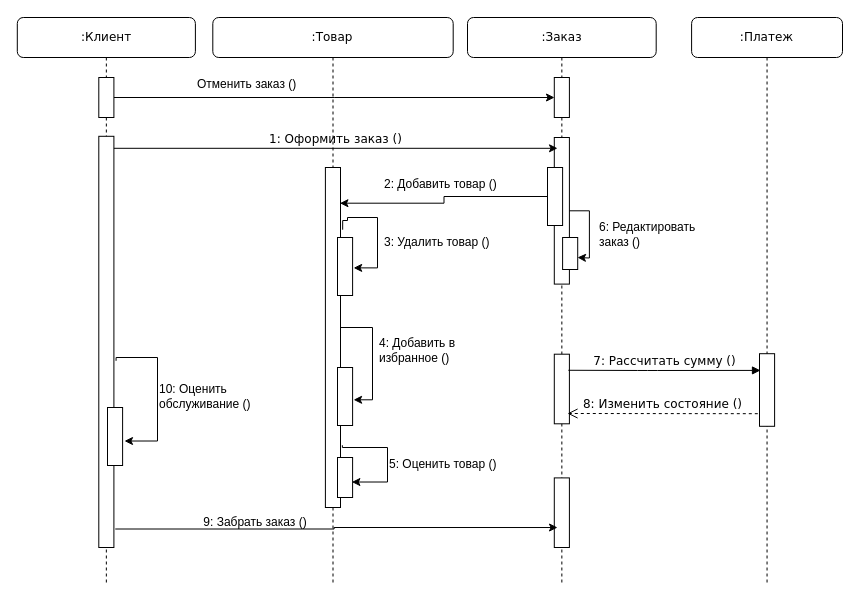
Ksenix-CopLLeRe/preparation keeps this draw.io diagram as дгрмм последовательности.drawio. Above is the earlier version. Source tidied: cells renumbered, new cells numbered last; positions are measured from the earlier drawing's top-left corner, leaving out a move shared by most shapes. Both pictures are drawn from the tidied source at 100%, with x=0, y=0 at pixel (17, 17).
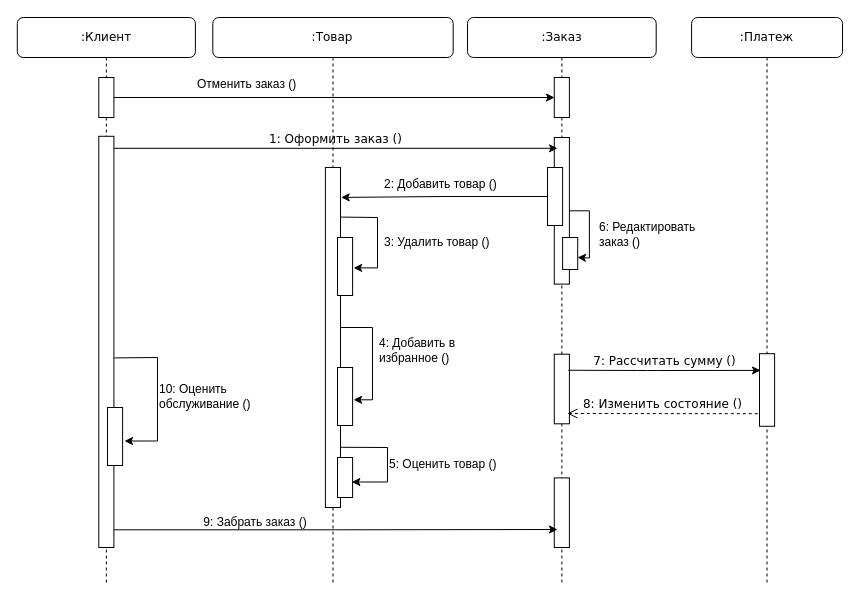
The same page after the edit.

Unchanged cells that the change refers to:
```xml
<mxCell id="2" style="group;" parent="1" vertex="1">
  <mxGeometry x="10" width="815" height="568" as="geometry" />
</mxCell>
<mxCell id="5" style="html=1;points=[];perimeter=orthogonalPerimeter;rounded=0;shadow=0;comic=0;labelBackgroundColor=none;strokeWidth=1;fontFamily=Verdana;fontSize=12;align=center;" parent="3" vertex="1">
  <mxGeometry x="86.8" y="336.7" width="15.1" height="69.6" as="geometry" />
</mxCell>
<mxCell id="6" style="html=1;points=[];perimeter=orthogonalPerimeter;rounded=0;shadow=0;comic=0;labelBackgroundColor=none;strokeWidth=1;fontFamily=Verdana;fontSize=12;align=center;" parent="3" vertex="1">
  <mxGeometry x="86.8" y="460.4" width="15.1" height="69.6" as="geometry" />
</mxCell>
<mxCell id="16" style="html=1;points=[];perimeter=orthogonalPerimeter;rounded=0;shadow=0;comic=0;labelBackgroundColor=none;strokeWidth=1;fontFamily=Verdana;fontSize=12;align=center;" parent="2" vertex="1">
  <mxGeometry x="520" y="150" width="15.1" height="58" as="geometry" />
</mxCell>
<mxCell id="20" style="html=1;points=[];perimeter=orthogonalPerimeter;rounded=0;shadow=0;comic=0;labelBackgroundColor=none;strokeWidth=1;fontFamily=Verdana;fontSize=12;align=center;" parent="2" vertex="1">
  <mxGeometry x="297.9" y="150" width="15.1" height="340" as="geometry" />
</mxCell>
<mxCell id="21" style="html=1;points=[];perimeter=orthogonalPerimeter;rounded=0;shadow=0;comic=0;labelBackgroundColor=none;strokeWidth=1;fontFamily=Verdana;fontSize=12;align=center;" parent="2" vertex="1">
  <mxGeometry x="310" y="220" width="15.1" height="58" as="geometry" />
</mxCell>
<mxCell id="34" style="html=1;points=[];perimeter=orthogonalPerimeter;rounded=0;shadow=0;comic=0;labelBackgroundColor=none;strokeWidth=1;fontFamily=Verdana;fontSize=12;align=center;" parent="2" vertex="1">
  <mxGeometry x="71.3" y="118.8" width="15.1" height="411.2" as="geometry" />
</mxCell>
<mxCell id="36" style="html=1;points=[];perimeter=orthogonalPerimeter;rounded=0;shadow=0;comic=0;labelBackgroundColor=none;strokeWidth=1;fontFamily=Verdana;fontSize=12;align=center;" parent="2" vertex="1">
  <mxGeometry x="80" y="390" width="15.1" height="58" as="geometry" />
</mxCell>
<mxCell id="38" style="html=1;points=[];perimeter=orthogonalPerimeter;rounded=0;shadow=0;comic=0;labelBackgroundColor=none;strokeWidth=1;fontFamily=Verdana;fontSize=12;align=center;" parent="2" vertex="1">
  <mxGeometry x="310" y="440" width="15.1" height="40" as="geometry" />
</mxCell>
```

The edit, as a diff of the source:
```diff
@@
-    <mxCell id="13" value="7: Рассчитать сумму ()" style="html=1;verticalAlign=bottom;endArrow=block;labelBackgroundColor=none;fontFamily=Verdana;fontSize=12;entryX=-0.086;entryY=0.496;entryDx=0;entryDy=0;entryPerimeter=0;exitX=0.932;exitY=0.231;exitDx=0;exitDy=0;exitPerimeter=0;" parent="2" edge="1" source="5">
+    <mxCell id="13" value="7: Рассчитать сумму ()" style="html=1;verticalAlign=bottom;endArrow=classic;labelBackgroundColor=none;fontFamily=Verdana;fontSize=12;entryX=-0.086;entryY=0.496;entryDx=0;entryDy=0;entryPerimeter=0;exitX=0.932;exitY=0.231;exitDx=0;exitDy=0;exitPerimeter=0;endFill=1;" parent="2" edge="1" source="5">
       <mxGeometry relative="1" as="geometry">
         <mxPoint x="733" y="352.9" as="targetPoint" />
         <Array as="points">
           <mxPoint x="620" y="353" />
         </Array>
       </mxGeometry>
     </mxCell>
@@
-    <mxCell id="15" style="edgeStyle=orthogonalEdgeStyle;rounded=0;jettySize=auto;html=1;entryX=0.963;entryY=0.105;entryDx=0;entryDy=0;entryPerimeter=0;" parent="2" edge="1" source="16" target="20">
+    <mxCell id="15" style="edgeStyle=orthogonalEdgeStyle;rounded=0;jettySize=auto;html=1;entryX=1.046;entryY=0.088;entryDx=0;entryDy=0;entryPerimeter=0;" parent="2" edge="1" source="16" target="20">
       <mxGeometry relative="1" as="geometry" />
     </mxCell>
@@
-    <mxCell id="17" style="edgeStyle=orthogonalEdgeStyle;rounded=0;jettySize=auto;html=1;exitX=1.143;exitY=0.183;exitDx=0;exitDy=0;exitPerimeter=0;entryX=1.069;entryY=0.524;entryDx=0;entryDy=0;entryPerimeter=0;" parent="2" edge="1" source="20" target="21">
+    <mxCell id="17" style="edgeStyle=orthogonalEdgeStyle;rounded=0;jettySize=auto;html=1;exitX=0.997;exitY=0.146;exitDx=0;exitDy=0;exitPerimeter=0;entryX=1.069;entryY=0.524;entryDx=0;entryDy=0;entryPerimeter=0;" parent="2" edge="1" source="20" target="21">
       <mxGeometry relative="1" as="geometry">
         <Array as="points">
-          <mxPoint x="320" y="203" />
-          <mxPoint x="320" y="200" />
+          <mxPoint x="315" y="200" />
           <mxPoint x="350" y="200" />
           <mxPoint x="350" y="250" />
         </Array>
       </mxGeometry>
     </mxCell>
@@
-    <mxCell id="19" style="edgeStyle=orthogonalEdgeStyle;rounded=0;jettySize=auto;html=1;entryX=0.952;entryY=0.613;entryDx=0;entryDy=0;entryPerimeter=0;exitX=1.124;exitY=0.817;exitDx=0;exitDy=0;exitPerimeter=0;" parent="2" edge="1" source="20" target="38">
+    <mxCell id="19" style="edgeStyle=orthogonalEdgeStyle;rounded=0;jettySize=auto;html=1;entryX=0.952;entryY=0.613;entryDx=0;entryDy=0;entryPerimeter=0;exitX=1.028;exitY=0.823;exitDx=0;exitDy=0;exitPerimeter=0;" parent="2" edge="1" source="20" target="38">
       <mxGeometry relative="1" as="geometry">
         <Array as="points">
           <mxPoint x="315" y="430" />
           <mxPoint x="360" y="430" />
           <mxPoint x="360" y="465" />
         </Array>
       </mxGeometry>
     </mxCell>
@@
-    <mxCell id="32" style="edgeStyle=orthogonalEdgeStyle;rounded=0;jettySize=auto;html=1;entryX=0.213;entryY=0.713;entryDx=0;entryDy=0;entryPerimeter=0;exitX=1.09;exitY=0.955;exitDx=0;exitDy=0;exitPerimeter=0;" parent="2" edge="1" source="34" target="6">
-      <mxGeometry relative="1" as="geometry" />
+    <mxCell id="32" style="edgeStyle=orthogonalEdgeStyle;rounded=0;jettySize=auto;html=1;exitX=1.011;exitY=0.957;exitDx=0;exitDy=0;exitPerimeter=0;" parent="2" edge="1" source="34">
+      <mxGeometry relative="1" as="geometry">
+        <mxPoint x="530" y="512" as="targetPoint" />
+      </mxGeometry>
     </mxCell>
-    <mxCell id="33" style="edgeStyle=orthogonalEdgeStyle;rounded=0;jettySize=auto;html=1;entryX=1.126;entryY=0.578;entryDx=0;entryDy=0;entryPerimeter=0;exitX=1.143;exitY=0.546;exitDx=0;exitDy=0;exitPerimeter=0;" parent="2" edge="1" source="34" target="36">
+    <mxCell id="33" style="edgeStyle=orthogonalEdgeStyle;rounded=0;jettySize=auto;html=1;entryX=1.126;entryY=0.578;entryDx=0;entryDy=0;entryPerimeter=0;exitX=1.013;exitY=0.539;exitDx=0;exitDy=0;exitPerimeter=0;" parent="2" edge="1" source="34" target="36">
       <mxGeometry relative="1" as="geometry">
         <Array as="points">
           <mxPoint x="89" y="340" />
           <mxPoint x="130" y="340" />
-          <mxPoint x="130" y="423" />
+          <mxPoint x="130" y="424" />
         </Array>
       </mxGeometry>
     </mxCell>
```
